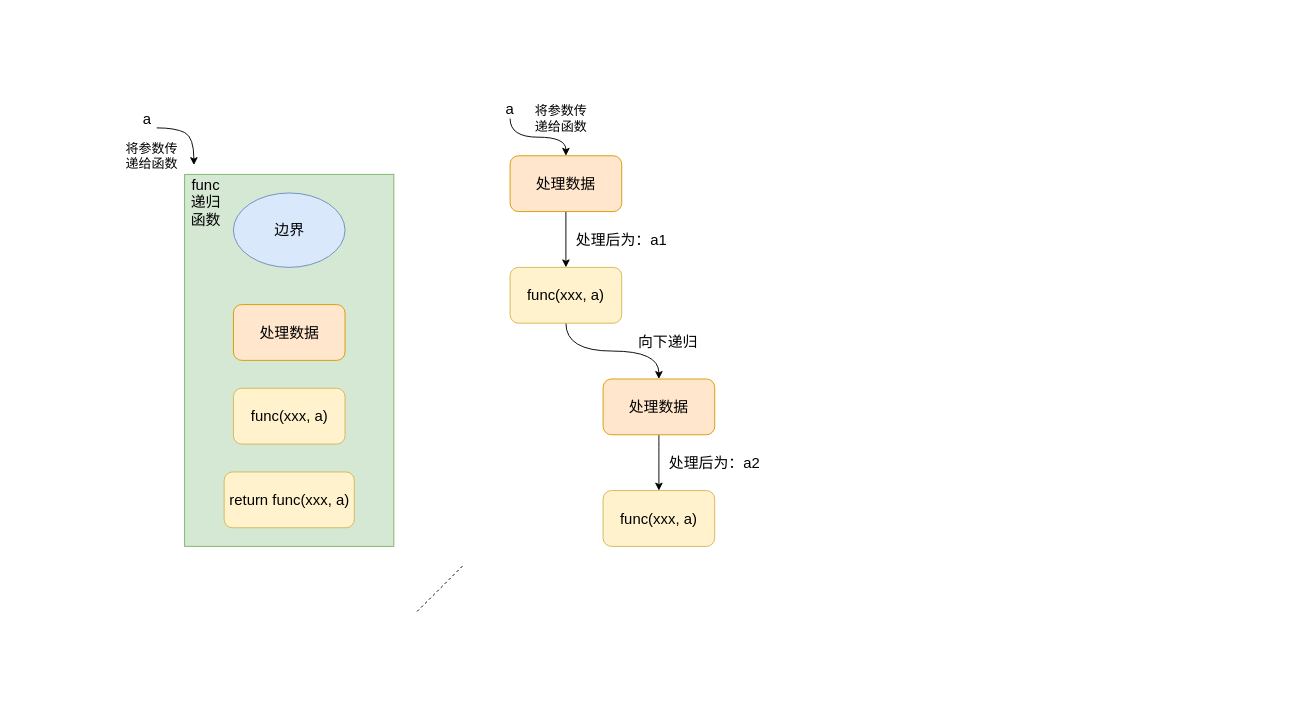
Above: 形式2变量接收递归式.drawio in codelyc/Hello-World (draw.io), before the change. Source tidied: cells renumbered, new cells numbered last; positions are measured from the earlier drawing's top-left corner, leaving out a move shared by most shapes. Both pictures are drawn from the tidied source at 93%, with x=0, y=0 at pixel (119, 100).
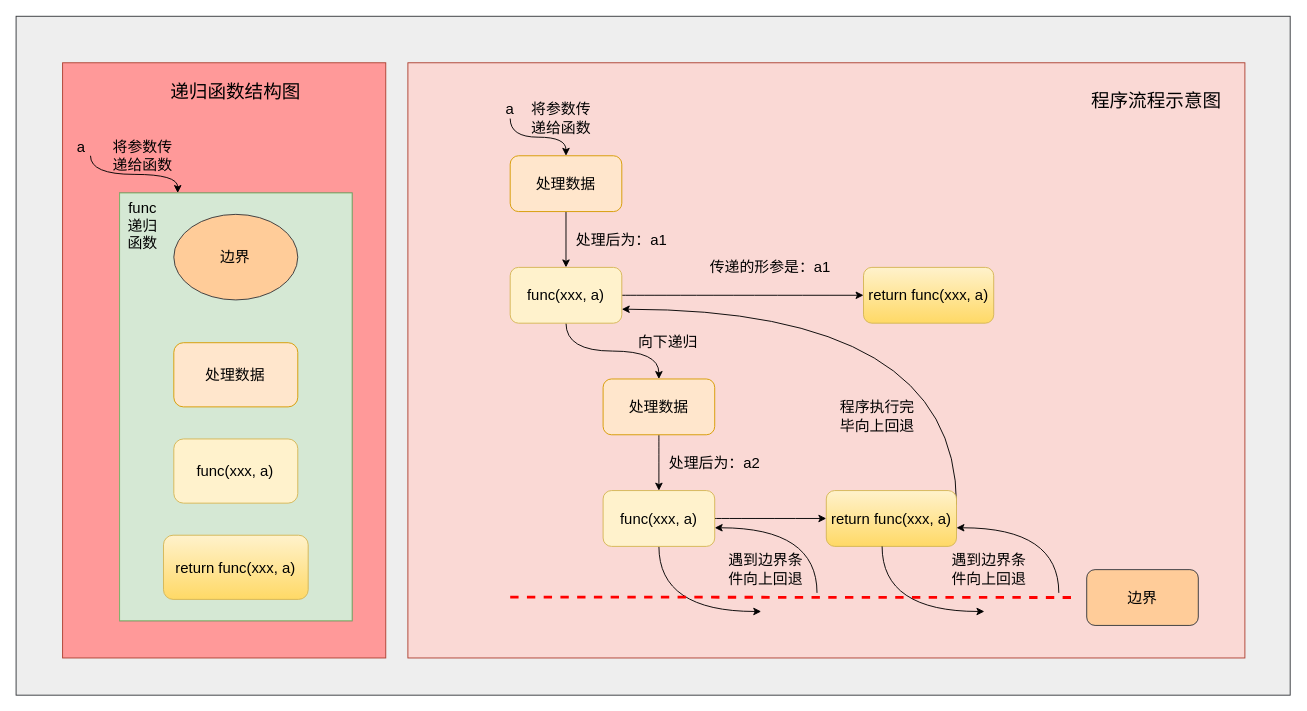
The same page after the edit.

Commit message (it also covers changes not shown here):
更新形式2变量接收递归式.drawio

Unchanged cells that the change refers to:
```xml
<mxCell id="19" value="&lt;font style=&quot;font-size: 16px&quot;&gt;func(xxx, a)&lt;/font&gt;" style="rounded=1;whiteSpace=wrap;html=1;fillColor=#fff2cc;strokeColor=#d6b656;" parent="1" vertex="1">
  <mxGeometry x="520" y="420" width="120" height="60" as="geometry" />
</mxCell>
```

Diff of the diagram source:
```diff
@@
+    <mxCell id="27" style="rounded=0;whiteSpace=wrap;html=1;fillColor=#eeeeee;strokeColor=#36393d;" parent="1" vertex="1">
+      <mxGeometry x="-111.2" y="-90" width="1370" height="730" as="geometry" />
+    </mxCell>
+    <mxCell id="28" style="rounded=0;whiteSpace=wrap;html=1;strokeColor=#ae4132;fillColor=#FF9999;" parent="1" vertex="1">
+      <mxGeometry x="-61.2" y="-40" width="347.5" height="640" as="geometry" />
+    </mxCell>
+    <mxCell id="29" style="rounded=0;whiteSpace=wrap;html=1;fillColor=#fad9d5;strokeColor=#ae4132;" parent="1" vertex="1">
+      <mxGeometry x="310.1" y="-40" width="900" height="640" as="geometry" />
+    </mxCell>
-    <mxCell id="2" style="group;" parent="1" vertex="1">
-      <mxGeometry x="70" y="80" width="225" height="400" as="geometry" />
+    <mxCell id="2" style="group;fillColor=#f5f5f5;strokeColor=#666666;fontColor=#333333;" parent="1" vertex="1">
+      <mxGeometry x="0.1" y="100" width="250" height="460" as="geometry" />
     </mxCell>
     <mxCell id="3" style="rounded=0;whiteSpace=wrap;html=1;fillColor=#d5e8d4;strokeColor=#82b366;" parent="2" vertex="1">
-      <mxGeometry width="225" height="400" as="geometry" />
+      <mxGeometry width="250" height="460" as="geometry" />
     </mxCell>
     <mxCell id="4" style="group;" parent="2" vertex="1">
-      <mxGeometry x="42.5" y="20" width="140" height="360" as="geometry" />
+      <mxGeometry x="47.2" y="23" width="155.6" height="414" as="geometry" />
     </mxCell>
-    <mxCell id="5" value="&lt;font style=&quot;font-size: 16px&quot;&gt;边界&lt;/font&gt;" style="ellipse;whiteSpace=wrap;html=1;fillColor=#dae8fc;strokeColor=#6c8ebf;" parent="4" vertex="1">
-      <mxGeometry x="10" width="120" height="80" as="geometry" />
+    <mxCell id="5" value="&lt;font style=&quot;font-size: 16px&quot;&gt;边界&lt;/font&gt;" style="ellipse;whiteSpace=wrap;html=1;fillColor=#ffcc99;strokeColor=#36393d;" parent="4" vertex="1">
+      <mxGeometry x="11.1" width="133.3" height="92" as="geometry" />
     </mxCell>
     <mxCell id="6" value="&lt;font style=&quot;font-size: 16px&quot;&gt;处理数据&lt;/font&gt;" style="rounded=1;whiteSpace=wrap;html=1;fillColor=#ffe6cc;strokeColor=#d79b00;" parent="4" vertex="1">
-      <mxGeometry x="10" y="120" width="120" height="60" as="geometry" />
+      <mxGeometry x="11.1" y="138" width="133.3" height="69" as="geometry" />
     </mxCell>
     <mxCell id="7" value="&lt;span style=&quot;font-size: 16px&quot;&gt;func(xxx, a)&lt;/span&gt;" style="rounded=1;whiteSpace=wrap;html=1;fillColor=#fff2cc;strokeColor=#d6b656;" parent="4" vertex="1">
-      <mxGeometry x="10" y="210" width="120" height="60" as="geometry" />
+      <mxGeometry x="11.1" y="241.5" width="133.3" height="69" as="geometry" />
     </mxCell>
-    <mxCell id="8" value="&lt;span style=&quot;font-size: 16px&quot;&gt;return func(xxx, a)&lt;/span&gt;" style="rounded=1;whiteSpace=wrap;html=1;fillColor=#fff2cc;strokeColor=#d6b656;" parent="4" vertex="1">
-      <mxGeometry y="300" width="140" height="60" as="geometry" />
+    <mxCell id="8" value="&lt;span style=&quot;font-size: 16px&quot;&gt;return func(xxx, a)&lt;/span&gt;" style="rounded=1;whiteSpace=wrap;html=1;fillColor=#fff2cc;strokeColor=#d6b656;gradientColor=#ffd966;" parent="4" vertex="1">
+      <mxGeometry y="345" width="155.6" height="69" as="geometry" />
     </mxCell>
     <mxCell id="9" value="&lt;font style=&quot;font-size: 16px&quot;&gt;func&lt;br&gt;递归函数&lt;br&gt;&lt;/font&gt;" style="text;html=1;strokeColor=none;fillColor=none;align=center;verticalAlign=middle;whiteSpace=wrap;rounded=0;" parent="2" vertex="1">
-      <mxGeometry x="2.5" y="20" width="40" height="20" as="geometry" />
+      <mxGeometry x="2.8" y="23" width="44.4" height="23" as="geometry" />
     </mxCell>
     <mxCell id="10" value="&lt;font style=&quot;font-size: 16px&quot;&gt;a&lt;/font&gt;" style="text;html=1;strokeColor=none;fillColor=none;align=center;verticalAlign=middle;whiteSpace=wrap;rounded=0;" parent="1" vertex="1">
-      <mxGeometry x="10" y="10" width="40" height="20" as="geometry" />
+      <mxGeometry x="-61.2" y="40" width="40" height="20" as="geometry" />
     </mxCell>
-    <mxCell id="11" style="curved=1;endArrow=classic;html=1;exitX=0.75;exitY=1;exitDx=0;exitDy=0;" parent="1" edge="1" source="10">
-      <mxGeometry relative="1" as="geometry">
-        <mxPoint x="80" y="70" as="targetPoint" />
-        <Array as="points">
-          <mxPoint x="60" y="30" />
-          <mxPoint x="80" y="40" />
-        </Array>
-      </mxGeometry>
+    <mxCell id="11" style="curved=1;endArrow=classic;html=1;exitX=0.75;exitY=1;exitDx=0;exitDy=0;entryX=0.25;entryY=0;entryDx=0;entryDy=0;edgeStyle=orthogonalEdgeStyle;" parent="1" edge="1" source="10" target="3">
+      <mxGeometry relative="1" as="geometry" />
     </mxCell>
-    <mxCell id="12" value="&lt;font style=&quot;font-size: 14px&quot;&gt;将参数传递给函数&lt;/font&gt;" style="text;html=1;strokeColor=none;fillColor=none;align=center;verticalAlign=middle;whiteSpace=wrap;rounded=0;" parent="1" vertex="1">
-      <mxGeometry y="50" width="70" height="20" as="geometry" />
+    <mxCell id="12" value="&lt;font style=&quot;font-size: 16px&quot;&gt;将参数传递给函数&lt;/font&gt;" style="text;html=1;strokeColor=none;fillColor=none;align=center;verticalAlign=middle;whiteSpace=wrap;rounded=0;" parent="1" vertex="1">
+      <mxGeometry x="-9.9" y="50" width="70" height="20" as="geometry" />
     </mxCell>
@@
     <mxCell id="14" value="&lt;font style=&quot;font-size: 16px&quot;&gt;处理数据&lt;/font&gt;" style="rounded=1;whiteSpace=wrap;html=1;fillColor=#ffe6cc;strokeColor=#d79b00;" parent="1" vertex="1">
-      <mxGeometry x="420" y="60" width="120" height="60" as="geometry" />
+      <mxGeometry x="420.1" y="60" width="120" height="60" as="geometry" />
     </mxCell>
@@
+    <mxCell id="30" style="edgeStyle=orthogonalEdgeStyle;curved=1;rounded=0;jettySize=auto;html=1;entryX=0;entryY=0.5;entryDx=0;entryDy=0;startArrow=none;startFill=0;endArrow=classic;endFill=1;strokeWidth=1;" parent="1" edge="1" source="16" target="42">
+      <mxGeometry relative="1" as="geometry" />
+    </mxCell>
     <mxCell id="16" value="&lt;font style=&quot;font-size: 16px&quot;&gt;func(xxx, a)&lt;/font&gt;" style="rounded=1;whiteSpace=wrap;html=1;fillColor=#fff2cc;strokeColor=#d6b656;" parent="1" vertex="1">
-      <mxGeometry x="420" y="180" width="120" height="60" as="geometry" />
+      <mxGeometry x="420.1" y="180" width="120" height="60" as="geometry" />
     </mxCell>
@@
+    <mxCell id="31" style="edgeStyle=orthogonalEdgeStyle;curved=1;rounded=0;jettySize=auto;html=1;strokeWidth=1;" parent="1" edge="1" source="19">
+      <mxGeometry relative="1" as="geometry">
+        <mxPoint x="690" y="550" as="targetPoint" />
+        <Array as="points">
+          <mxPoint x="580" y="550" />
+        </Array>
+      </mxGeometry>
+    </mxCell>
+    <mxCell id="32" style="edgeStyle=orthogonalEdgeStyle;curved=1;rounded=0;jettySize=auto;html=1;strokeWidth=1;startArrow=classic;startFill=1;endArrow=none;endFill=0;" parent="1" edge="1" source="19">
+      <mxGeometry relative="1" as="geometry">
+        <mxPoint x="750" y="530" as="targetPoint" />
+        <Array as="points">
+          <mxPoint x="750" y="460" />
+        </Array>
+      </mxGeometry>
+    </mxCell>
+    <mxCell id="33" style="edgeStyle=orthogonalEdgeStyle;curved=1;rounded=0;jettySize=auto;html=1;entryX=0;entryY=0.5;entryDx=0;entryDy=0;startArrow=none;startFill=0;endArrow=classic;endFill=1;strokeWidth=1;" parent="1" edge="1" source="19" target="37">
+      <mxGeometry relative="1" as="geometry" />
+    </mxCell>
@@
     <mxCell id="21" value="&lt;font style=&quot;font-size: 16px&quot;&gt;a&lt;/font&gt;" style="text;html=1;strokeColor=none;fillColor=none;align=center;verticalAlign=middle;whiteSpace=wrap;rounded=0;" parent="1" vertex="1">
-      <mxGeometry x="400" width="40" height="20" as="geometry" />
+      <mxGeometry x="400.1" width="40" height="20" as="geometry" />
     </mxCell>
-    <mxCell id="22" value="&lt;font style=&quot;font-size: 14px&quot;&gt;将参数传递给函数&lt;/font&gt;" style="text;html=1;strokeColor=none;fillColor=none;align=center;verticalAlign=middle;whiteSpace=wrap;rounded=0;" parent="1" vertex="1">
-      <mxGeometry x="440" y="10" width="70" height="20" as="geometry" />
+    <mxCell id="22" value="&lt;font style=&quot;font-size: 16px&quot;&gt;将参数传递给函数&lt;/font&gt;" style="text;html=1;strokeColor=none;fillColor=none;align=center;verticalAlign=middle;whiteSpace=wrap;rounded=0;" parent="1" vertex="1">
+      <mxGeometry x="440.1" y="10" width="70" height="20" as="geometry" />
     </mxCell>
@@
     <mxCell id="24" value="&lt;font style=&quot;font-size: 16px&quot;&gt;处理后为：a1&lt;/font&gt;" style="text;html=1;strokeColor=none;fillColor=none;align=center;verticalAlign=middle;whiteSpace=wrap;rounded=0;" parent="1" vertex="1">
-      <mxGeometry x="490" y="140" width="100" height="20" as="geometry" />
+      <mxGeometry x="490.1" y="140" width="100" height="20" as="geometry" />
     </mxCell>
@@
-    <mxCell id="26" style="endArrow=none;dashed=1;html=1;" parent="1" edge="1">
+    <mxCell id="26" style="endArrow=none;dashed=1;html=1;strokeWidth=3;strokeColor=#FF0000;" parent="1" edge="1">
       <mxGeometry relative="1" as="geometry">
-        <mxPoint x="320" y="550" as="sourcePoint" />
-        <mxPoint x="370" y="500" as="targetPoint" />
+        <mxPoint x="420.1" y="534.5" as="sourcePoint" />
+        <mxPoint x="1030" y="535" as="targetPoint" />
       </mxGeometry>
     </mxCell>
+    <mxCell id="34" value="&lt;font style=&quot;font-size: 16px&quot;&gt;边界&lt;/font&gt;" style="rounded=1;whiteSpace=wrap;html=1;fillColor=#ffcc99;strokeColor=#36393d;" parent="1" vertex="1">
+      <mxGeometry x="1040" y="505" width="120" height="60" as="geometry" />
+    </mxCell>
+    <mxCell id="35" value="&lt;font style=&quot;font-size: 16px&quot;&gt;遇到边界条件向上回退&lt;/font&gt;" style="text;html=1;strokeColor=none;fillColor=none;align=center;verticalAlign=middle;whiteSpace=wrap;rounded=0;" parent="1" vertex="1">
+      <mxGeometry x="890" y="495" width="90" height="20" as="geometry" />
+    </mxCell>
+    <mxCell id="36" style="edgeStyle=orthogonalEdgeStyle;curved=1;rounded=0;jettySize=auto;html=1;entryX=1;entryY=0.75;entryDx=0;entryDy=0;startArrow=none;startFill=0;endArrow=classic;endFill=1;strokeWidth=1;exitX=1;exitY=0.25;exitDx=0;exitDy=0;" parent="1" edge="1" source="37" target="16">
+      <mxGeometry relative="1" as="geometry">
+        <Array as="points">
+          <mxPoint x="900" y="225" />
+        </Array>
+      </mxGeometry>
+    </mxCell>
+    <mxCell id="37" value="&lt;font style=&quot;font-size: 16px&quot;&gt;return func(xxx, a)&lt;/font&gt;" style="rounded=1;whiteSpace=wrap;html=1;fillColor=#fff2cc;strokeColor=#d6b656;gradientColor=#ffd966;" parent="1" vertex="1">
+      <mxGeometry x="760" y="420" width="140" height="60" as="geometry" />
+    </mxCell>
+    <mxCell id="38" style="edgeStyle=orthogonalEdgeStyle;curved=1;rounded=0;orthogonalLoop=1;jettySize=auto;html=1;strokeWidth=1;" parent="1" edge="1">
+      <mxGeometry relative="1" as="geometry">
+        <mxPoint x="820" y="480" as="sourcePoint" />
+        <mxPoint x="930" y="550" as="targetPoint" />
+        <Array as="points">
+          <mxPoint x="820" y="550" />
+        </Array>
+      </mxGeometry>
+    </mxCell>
+    <mxCell id="39" style="edgeStyle=orthogonalEdgeStyle;curved=1;rounded=0;orthogonalLoop=1;jettySize=auto;html=1;strokeWidth=1;startArrow=classic;startFill=1;endArrow=none;endFill=0;" parent="1" edge="1">
+      <mxGeometry relative="1" as="geometry">
+        <mxPoint x="900" y="460" as="sourcePoint" />
+        <mxPoint x="1010" y="530" as="targetPoint" />
+        <Array as="points">
+          <mxPoint x="1010" y="460" />
+        </Array>
+      </mxGeometry>
+    </mxCell>
+    <mxCell id="40" value="&lt;font style=&quot;font-size: 16px&quot;&gt;遇到边界条件向上回退&lt;/font&gt;" style="text;html=1;strokeColor=none;fillColor=none;align=center;verticalAlign=middle;whiteSpace=wrap;rounded=0;" parent="1" vertex="1">
+      <mxGeometry x="650" y="495" width="90" height="20" as="geometry" />
+    </mxCell>
+    <mxCell id="41" value="&lt;font style=&quot;font-size: 16px&quot;&gt;程序执行完毕向上回退&lt;/font&gt;" style="text;html=1;strokeColor=none;fillColor=none;align=center;verticalAlign=middle;whiteSpace=wrap;rounded=0;" parent="1" vertex="1">
+      <mxGeometry x="770" y="330" width="90" height="20" as="geometry" />
+    </mxCell>
+    <mxCell id="42" value="&lt;font style=&quot;font-size: 16px&quot;&gt;return func(xxx, a)&lt;/font&gt;" style="rounded=1;whiteSpace=wrap;html=1;fillColor=#fff2cc;strokeColor=#d6b656;gradientColor=#ffd966;" parent="1" vertex="1">
+      <mxGeometry x="800" y="180" width="140" height="60" as="geometry" />
+    </mxCell>
+    <mxCell id="43" value="&lt;font style=&quot;font-size: 16px&quot;&gt;传递的形参是：a1&lt;/font&gt;" style="text;html=1;strokeColor=none;fillColor=none;align=center;verticalAlign=middle;whiteSpace=wrap;rounded=0;" parent="1" vertex="1">
+      <mxGeometry x="630" y="170" width="140" height="20" as="geometry" />
+    </mxCell>
+    <mxCell id="44" value="&lt;font style=&quot;font-size: 20px&quot;&gt;程序流程示意图&lt;/font&gt;" style="text;html=1;strokeColor=none;fillColor=none;align=center;verticalAlign=middle;whiteSpace=wrap;rounded=0;" parent="1" vertex="1">
+      <mxGeometry x="1040" y="-10" width="150" height="20" as="geometry" />
+    </mxCell>
+    <mxCell id="45" value="&lt;span style=&quot;font-size: 20px&quot;&gt;递归函数结构图&lt;/span&gt;" style="text;html=1;strokeColor=none;fillColor=none;align=center;verticalAlign=middle;whiteSpace=wrap;rounded=0;" parent="1" vertex="1">
+      <mxGeometry x="50.1" y="-20" width="150" height="20" as="geometry" />
+    </mxCell>
```
